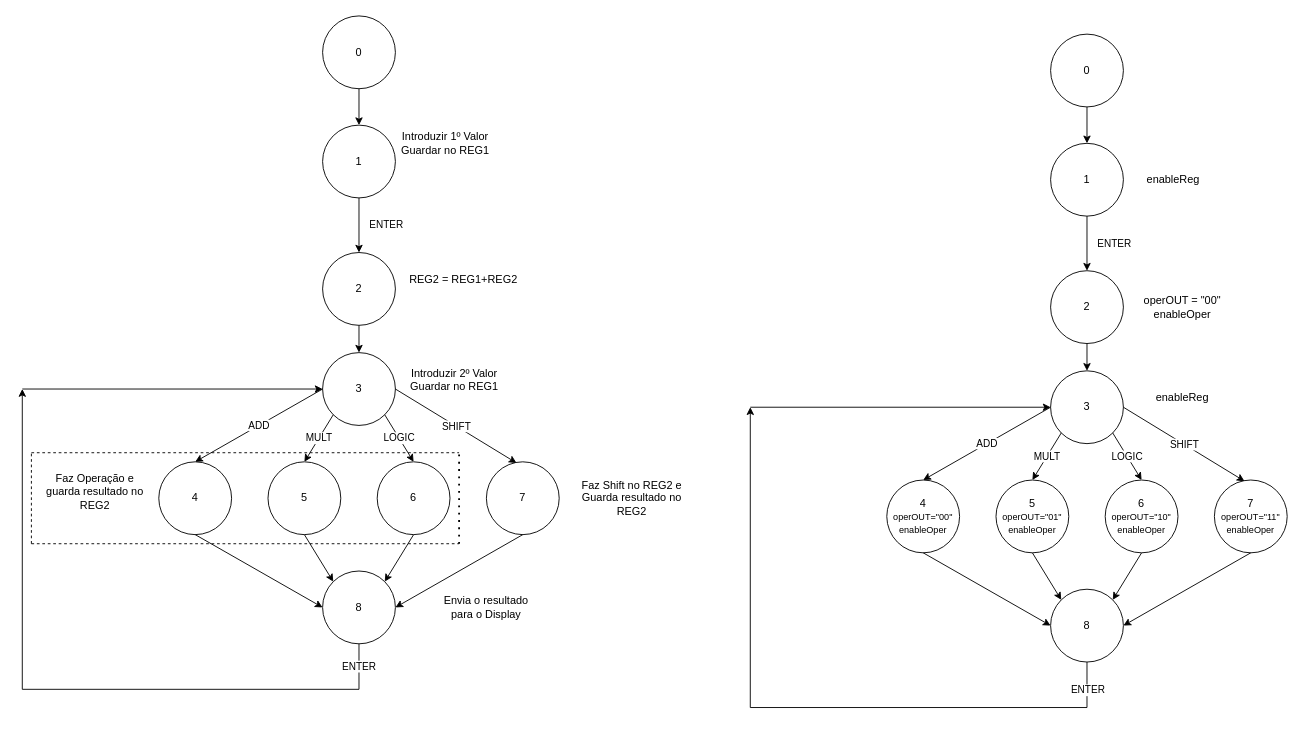
MiguelAReis/PSD_lab1 keeps this draw.io diagram as Diagramas/Circuito.drawio. Above is the earlier version. Source tidied: cells renumbered, new cells numbered last; positions are measured from the earlier drawing's top-left corner, leaving out a move shared by most shapes. Both pictures are drawn from the tidied source at 91%, with x=0, y=0 at pixel (22, 15).
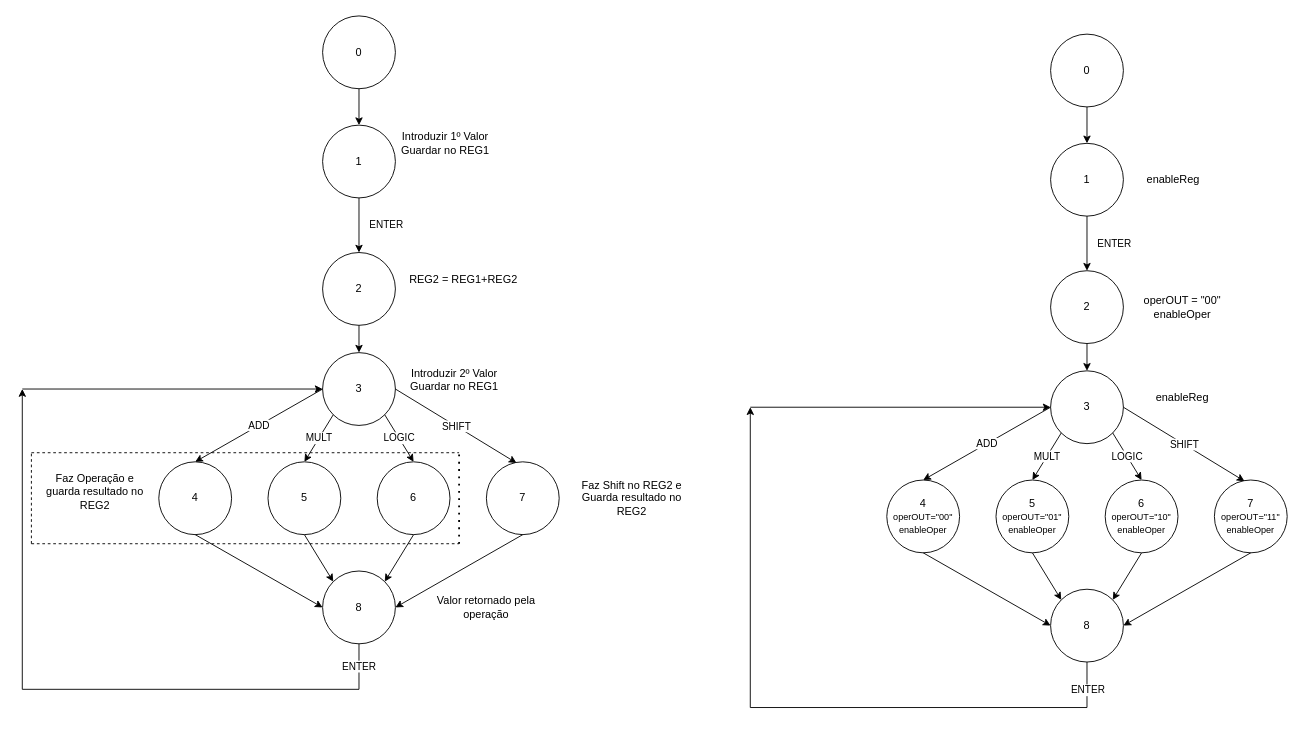
After the change.

What changed in the source:
```diff
@@
-    <mxCell id="28" value="Envia o resultado para o Display" style="text;html=1;strokeColor=none;fillColor=none;align=center;verticalAlign=middle;whiteSpace=wrap;rounded=0;" parent="1" vertex="1">
+    <mxCell id="28" value="&lt;span class=&quot;tojvnm2t a6sixzi8 abs2jz4q a8s20v7p t1p8iaqh k5wvi7nf q3lfd5jv pk4s997a bipmatt0 cebpdrjk qowsmv63 owwhemhu dp1hu0rb dhp61c6y iyyx5f41&quot;&gt;Valor retornado pela operação&lt;/span&gt;" style="text;html=1;strokeColor=none;fillColor=none;align=center;verticalAlign=middle;whiteSpace=wrap;rounded=0;" parent="1" vertex="1">
       <mxGeometry x="450" y="640" width="120" height="20" as="geometry" />
     </mxCell>
```
